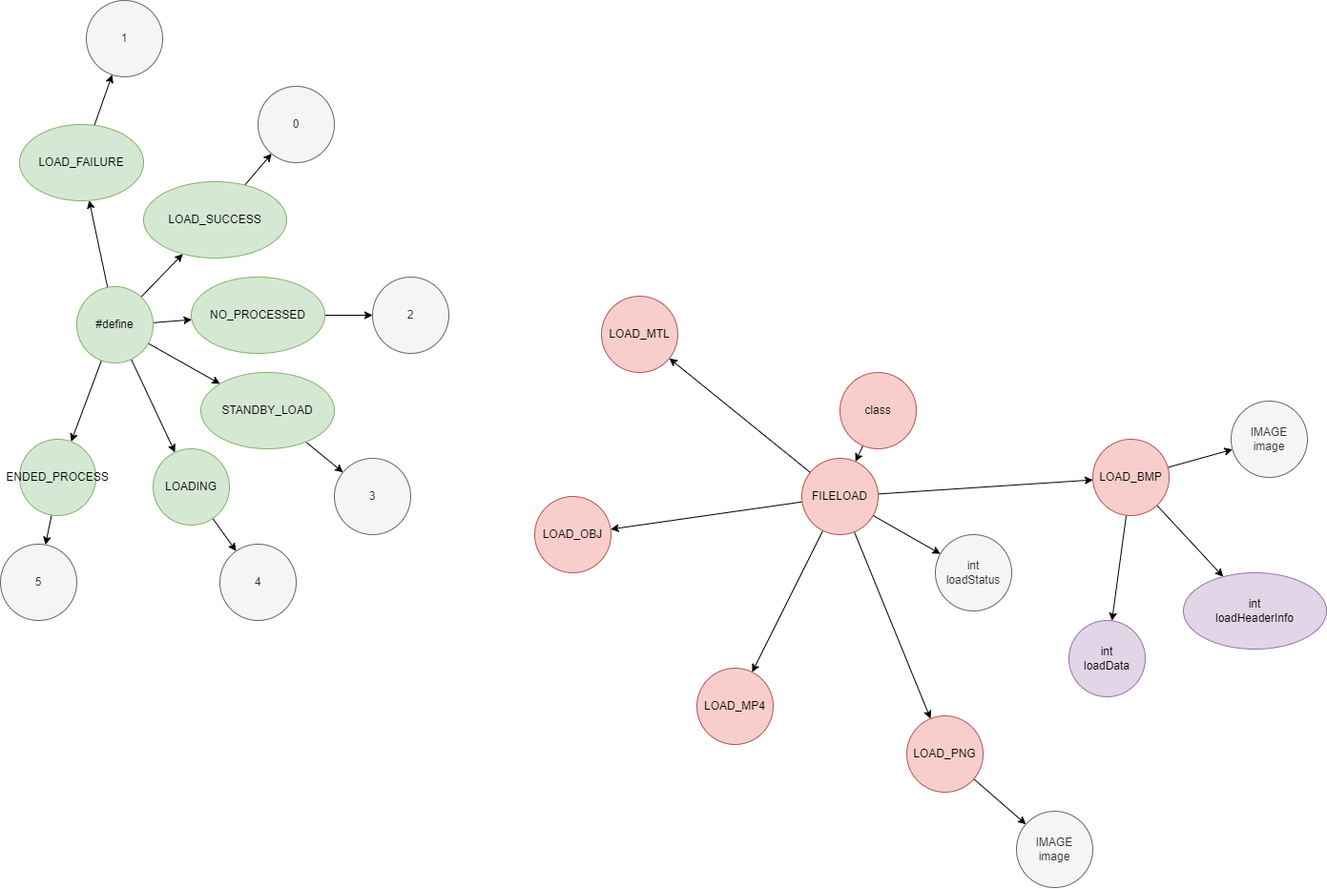
Earlier version of the draw.io export drawio/files/load/h.drawio.png (Tanso-mct/GLPA). Source tidied: cells renumbered, new cells last; positions are measured from the earlier drawing's top-left corner, leaving out a move shared by most shapes.
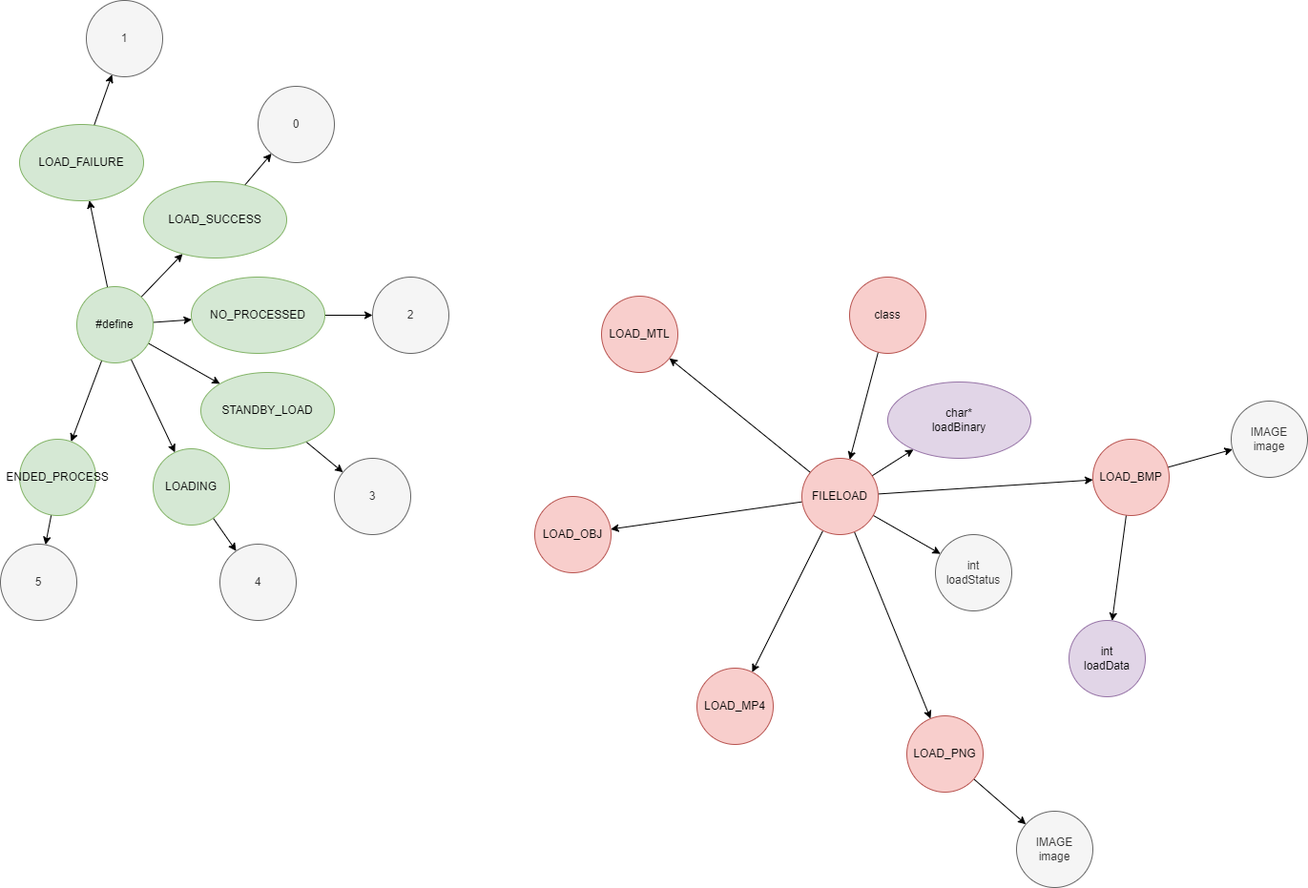
The same file after the commit.

The edit, as a diff of the source:
```diff
@@ -6,7 +6,7 @@
       <mxGeometry relative="1" as="geometry" />
     </mxCell>
     <mxCell id="3" value="class" style="ellipse;whiteSpace=wrap;html=1;fillColor=#f8cecc;strokeColor=#b85450;" parent="1" vertex="1">
-      <mxGeometry x="880" y="390" width="80" height="80" as="geometry" />
+      <mxGeometry x="890" y="290" width="80" height="80" as="geometry" />
     </mxCell>
     <mxCell id="4" style="edgeStyle=none;html=1;fontFamily=Helvetica;fontSize=12;fontColor=#333333;" parent="1" edge="1" source="10" target="14">
       <mxGeometry relative="1" as="geometry" />
@@ -26,12 +26,12 @@
     <mxCell id="9" style="edgeStyle=none;html=1;" parent="1" edge="1" source="10" target="24">
       <mxGeometry relative="1" as="geometry" />
     </mxCell>
+    <mxCell id="50" style="edgeStyle=none;html=1;" parent="1" edge="1" source="10" target="18">
+      <mxGeometry relative="1" as="geometry" />
+    </mxCell>
     <mxCell id="10" value="FILELOAD" style="ellipse;whiteSpace=wrap;html=1;strokeColor=#b85450;fontFamily=Helvetica;fontSize=12;fillColor=#f8cecc;" parent="1" vertex="1">
       <mxGeometry x="840" y="480" width="80" height="80" as="geometry" />
     </mxCell>
-    <mxCell id="11" style="edgeStyle=none;html=1;fontFamily=Helvetica;fontSize=12;fontColor=#333333;" parent="1" edge="1" source="14" target="18">
-      <mxGeometry relative="1" as="geometry" />
-    </mxCell>
     <mxCell id="12" style="edgeStyle=none;html=1;fontFamily=Helvetica;fontSize=12;fontColor=#333333;" parent="1" edge="1" source="14" target="19">
       <mxGeometry relative="1" as="geometry" />
     </mxCell>
@@ -50,8 +50,8 @@
     <mxCell id="17" value="LOAD_PNG" style="ellipse;whiteSpace=wrap;html=1;strokeColor=#b85450;fontFamily=Helvetica;fontSize=12;fillColor=#f8cecc;" parent="1" vertex="1">
       <mxGeometry x="950" y="750" width="80" height="80" as="geometry" />
     </mxCell>
-    <mxCell id="18" value="int&lt;br&gt;loadHeaderInfo" style="ellipse;whiteSpace=wrap;html=1;strokeColor=#9673a6;fontFamily=Helvetica;fontSize=12;fillColor=#e1d5e7;" parent="1" vertex="1">
-      <mxGeometry x="1240" y="600" width="150" height="80" as="geometry" />
+    <mxCell id="18" value="char*&lt;br&gt;loadBinary" style="ellipse;whiteSpace=wrap;html=1;strokeColor=#9673a6;fontFamily=Helvetica;fontSize=12;fillColor=#e1d5e7;" parent="1" vertex="1">
+      <mxGeometry x="930" y="400" width="150" height="80" as="geometry" />
     </mxCell>
     <mxCell id="19" value="int&lt;br&gt;loadData" style="ellipse;whiteSpace=wrap;html=1;strokeColor=#9673a6;fontFamily=Helvetica;fontSize=12;fillColor=#e1d5e7;" parent="1" vertex="1">
       <mxGeometry x="1120" y="650" width="80" height="80" as="geometry" />
```
